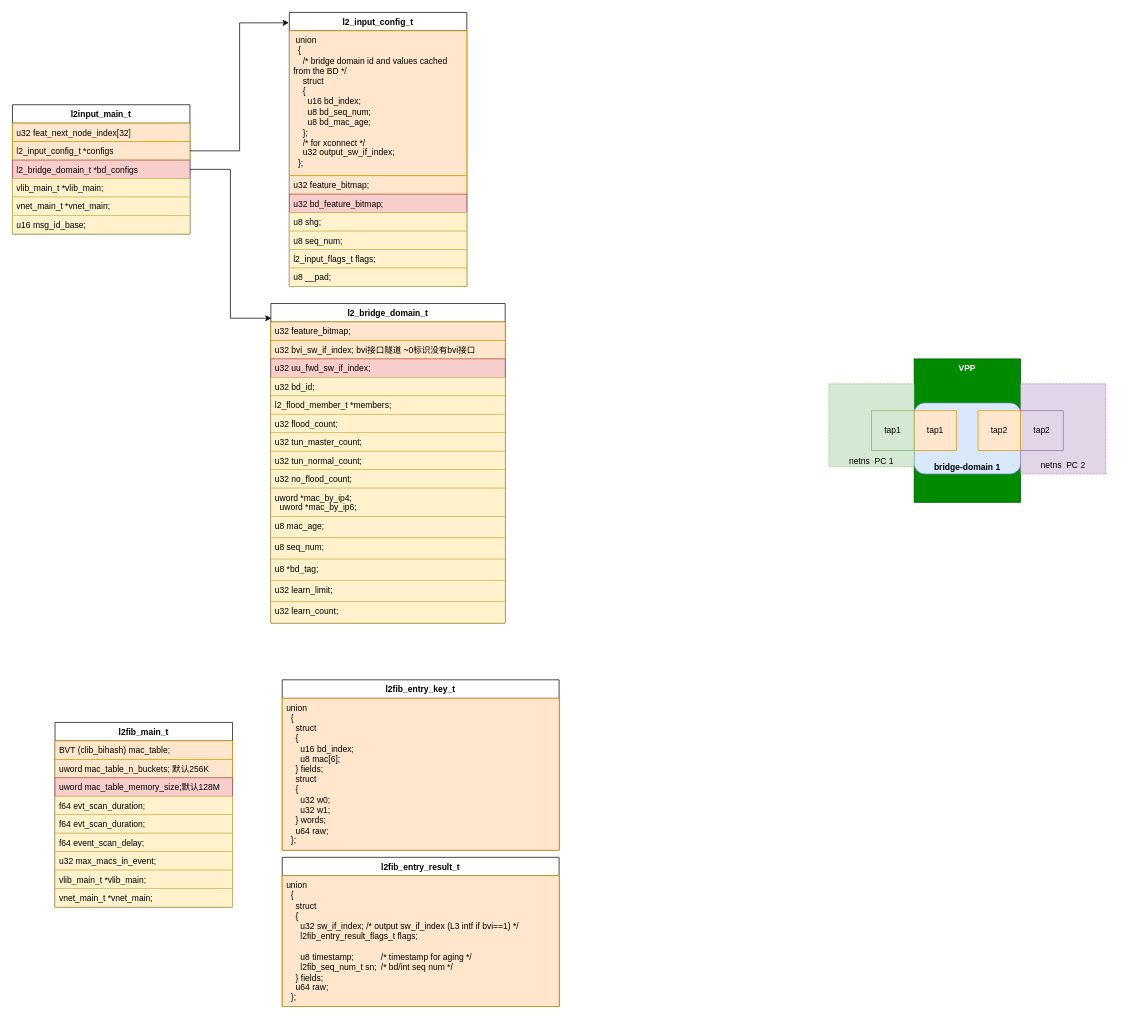
jin13417/dpdk-vpp-learning keeps this draw.io diagram as new_map/vnet_l2.drawio. Above is the earlier version. Source tidied: cells renumbered, new cells numbered last; positions are measured from the earlier drawing's top-left corner, leaving out a move shared by most shapes. Both pictures are drawn from the tidied source at 71%, with x=0, y=0 at pixel (12, 12).
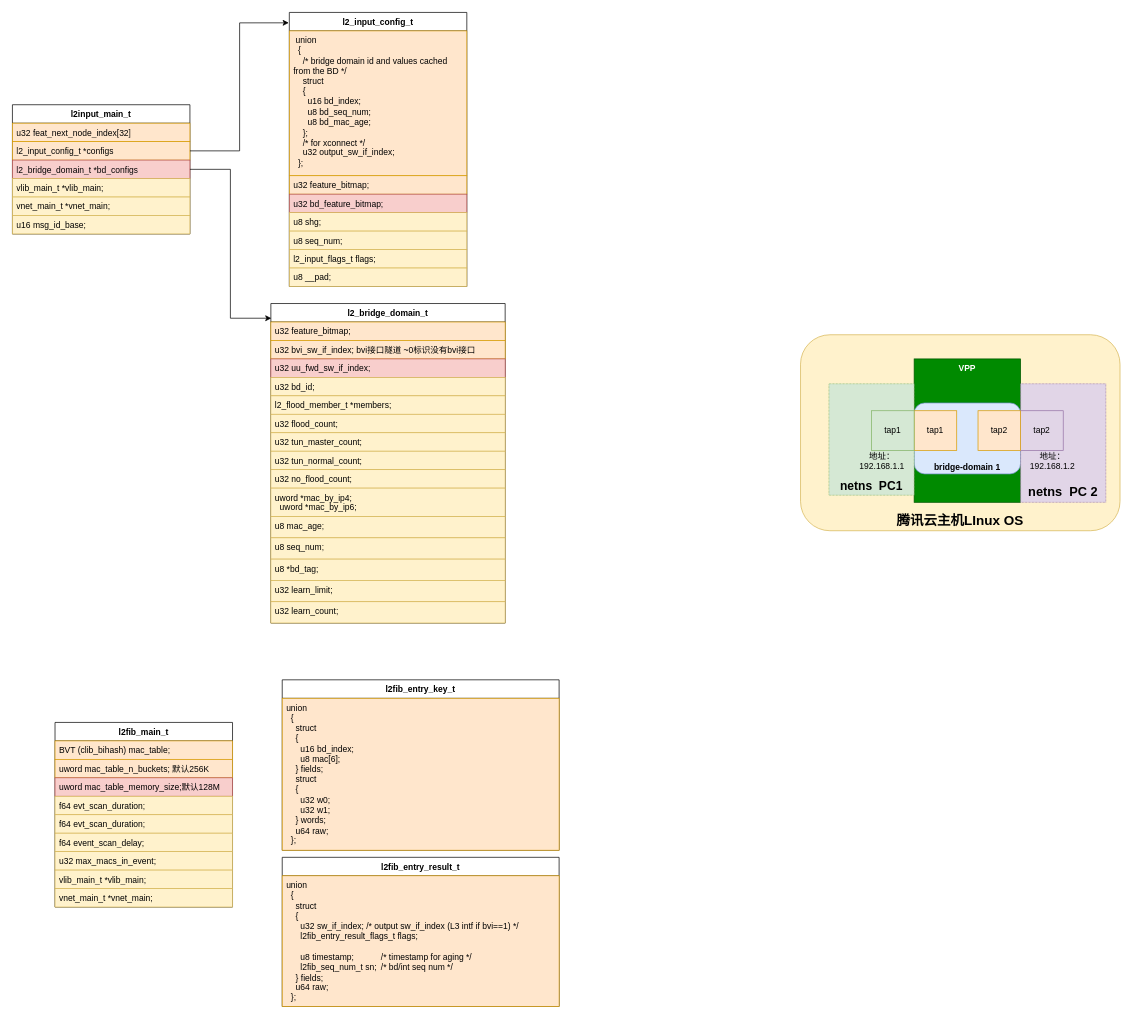
The same page after the edit.

Change to the diagram source:
```diff
@@
+    <mxCell id="57" value="腾讯云主机LInux OS" style="rounded=1;whiteSpace=wrap;html=1;fillColor=#fff2cc;strokeColor=#d6b656;verticalAlign=bottom;fontStyle=1;fontSize=19;" parent="1" vertex="1">
+      <mxGeometry x="1110" y="454" width="450" height="276" as="geometry" />
+    </mxCell>
@@
-    <mxCell id="4" value="&lt;div&gt;&lt;br&gt;&lt;/div&gt;&lt;div&gt;&lt;br&gt;&lt;/div&gt;&lt;div&gt;&lt;br&gt;&lt;/div&gt;&lt;div&gt;&lt;br&gt;&lt;/div&gt;&lt;div&gt;&lt;br&gt;&lt;/div&gt;&lt;div&gt;&lt;br&gt;&lt;/div&gt;&lt;div&gt;&lt;br&gt;&lt;/div&gt;&lt;div&gt;netns&amp;nbsp; PC 2&lt;/div&gt;" style="rounded=0;whiteSpace=wrap;html=1;dashed=1;dashPattern=1 1;fillColor=#e1d5e7;strokeColor=#9673a6;" parent="1" vertex="1">
-      <mxGeometry x="1420" y="523" width="120" height="127" as="geometry" />
+    <mxCell id="4" value="&lt;div style=&quot;font-size: 18px;&quot;&gt;&lt;br style=&quot;font-size: 18px;&quot;&gt;&lt;/div&gt;&lt;div style=&quot;font-size: 18px;&quot;&gt;&lt;br style=&quot;font-size: 18px;&quot;&gt;&lt;/div&gt;&lt;div style=&quot;font-size: 18px;&quot;&gt;&lt;br style=&quot;font-size: 18px;&quot;&gt;&lt;/div&gt;&lt;div style=&quot;font-size: 18px;&quot;&gt;&lt;br style=&quot;font-size: 18px;&quot;&gt;&lt;/div&gt;&lt;div style=&quot;font-size: 18px;&quot;&gt;&lt;br style=&quot;font-size: 18px;&quot;&gt;&lt;/div&gt;&lt;div style=&quot;font-size: 18px;&quot;&gt;&lt;br style=&quot;font-size: 18px;&quot;&gt;&lt;/div&gt;&lt;div style=&quot;font-size: 18px;&quot;&gt;&lt;br style=&quot;font-size: 18px;&quot;&gt;&lt;/div&gt;&lt;div style=&quot;font-size: 18px;&quot;&gt;netns&amp;nbsp; PC 2&lt;/div&gt;" style="rounded=0;whiteSpace=wrap;html=1;dashed=1;dashPattern=1 1;fillColor=#e1d5e7;strokeColor=#9673a6;verticalAlign=bottom;fontSize=18;fontStyle=1;" parent="1" vertex="1">
+      <mxGeometry x="1420" y="523" width="120" height="167" as="geometry" />
     </mxCell>
-    <mxCell id="5" value="&lt;div&gt;&lt;br&gt;&lt;/div&gt;&lt;div&gt;&lt;br&gt;&lt;/div&gt;&lt;div&gt;&lt;br&gt;&lt;/div&gt;&lt;div&gt;&lt;br&gt;&lt;/div&gt;&lt;div&gt;&lt;br&gt;&lt;/div&gt;&lt;div&gt;&lt;br&gt;&lt;/div&gt;&lt;div&gt;&lt;br&gt;&lt;/div&gt;&lt;div&gt;netns&amp;nbsp; PC 1&lt;/div&gt;" style="rounded=0;whiteSpace=wrap;html=1;dashed=1;dashPattern=1 1;fillColor=#d5e8d4;strokeColor=#82b366;" parent="1" vertex="1">
-      <mxGeometry x="1150" y="523" width="120" height="117" as="geometry" />
+    <mxCell id="5" value="&lt;div style=&quot;font-size: 17px;&quot;&gt;&lt;br style=&quot;font-size: 17px;&quot;&gt;&lt;/div&gt;&lt;div style=&quot;font-size: 17px;&quot;&gt;&lt;br style=&quot;font-size: 17px;&quot;&gt;&lt;/div&gt;&lt;div style=&quot;font-size: 17px;&quot;&gt;&lt;br style=&quot;font-size: 17px;&quot;&gt;&lt;/div&gt;&lt;div style=&quot;font-size: 17px;&quot;&gt;&lt;br style=&quot;font-size: 17px;&quot;&gt;&lt;/div&gt;&lt;div style=&quot;font-size: 17px;&quot;&gt;&lt;br style=&quot;font-size: 17px;&quot;&gt;&lt;/div&gt;&lt;div style=&quot;font-size: 17px;&quot;&gt;&lt;br style=&quot;font-size: 17px;&quot;&gt;&lt;/div&gt;&lt;div style=&quot;font-size: 17px;&quot;&gt;&lt;br style=&quot;font-size: 17px;&quot;&gt;&lt;/div&gt;&lt;div style=&quot;font-size: 17px;&quot;&gt;netns&amp;nbsp; PC1&lt;/div&gt;" style="rounded=0;whiteSpace=wrap;html=1;dashed=1;dashPattern=1 1;fillColor=#d5e8d4;strokeColor=#82b366;verticalAlign=bottom;fontStyle=1;fontSize=17;" parent="1" vertex="1">
+      <mxGeometry x="1150" y="523" width="120" height="157" as="geometry" />
     </mxCell>
@@
+    <mxCell id="58" value="地址：192.168.1.1" style="text;html=1;align=center;verticalAlign=middle;whiteSpace=wrap;rounded=0;" parent="1" vertex="1">
+      <mxGeometry x="1180" y="617" width="90" height="30" as="geometry" />
+    </mxCell>
+    <mxCell id="59" value="地址：192.168.1.2" style="text;html=1;align=center;verticalAlign=middle;whiteSpace=wrap;rounded=0;" parent="1" vertex="1">
+      <mxGeometry x="1420" y="617" width="90" height="30" as="geometry" />
+    </mxCell>
```
